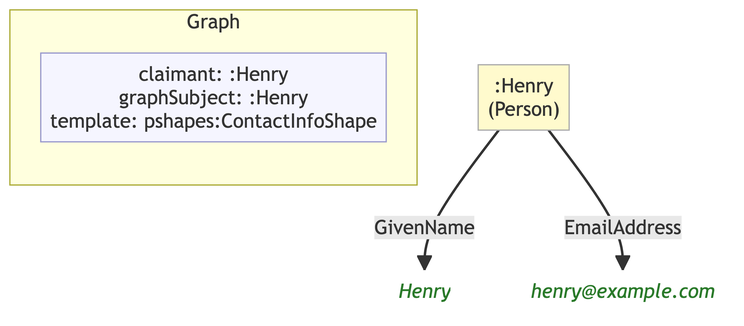
Before: example/graphs/images/graph-100.png, a diagram exported from Mermaid (MeeFoundation/mia-ontologies). Its source is kept beside it as example/graphs/images/graph-100.mmd. Source of this version:
```mermaid
flowchart TD
    classDef person fill:#fffacd,stroke:#aaa,color:#333
    classDef org    fill:#cce5ff,stroke:#aaa,color:#333
    classDef service fill:#e6e6e6,stroke:#aaa,color:#333
    classDef lit    fill:none,stroke:none,font-style:italic,color:#2a7a2a
    classDef meta   fill:#f5f5ff,stroke:#9999cc,color:#333

    subgraph ctx["Graph"]
        direction LR
        ctx_meta["claimant: :Henry\ngraphSubject: :Henry\ntemplate: pshapes:ContactInfoShape"]:::meta
    end

    n0ea289853318[":Henry\n(Person)"]:::person
    n66ac56e072cc("Henry"):::lit
    nc8123789342f("henry@example.com"):::lit

    n0ea289853318 -->|"GivenName"| n66ac56e072cc
    n0ea289853318 -->|"EmailAddress"| nc8123789342f
```
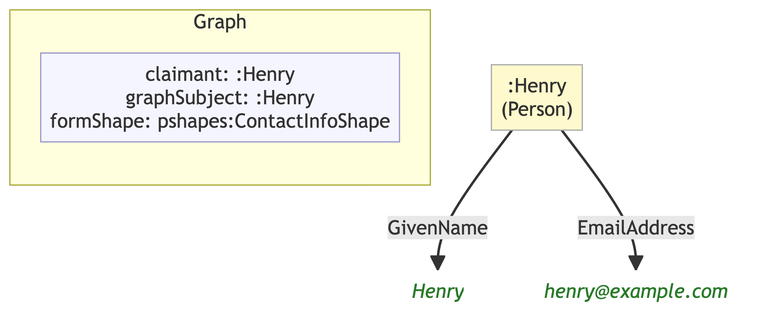
The same diagram one commit later.

Change to the diagram source:
```diff
@@ -7,12 +7,12 @@
 
     subgraph ctx["Graph"]
         direction LR
-        ctx_meta["claimant: :Henry\ngraphSubject: :Henry\ntemplate: pshapes:ContactInfoShape"]:::meta
+        ctx_meta["claimant: :Henry\ngraphSubject: :Henry\nformShape: pshapes:ContactInfoShape"]:::meta
     end
 
     n0ea289853318[":Henry\n(Person)"]:::person
-    n66ac56e072cc("Henry"):::lit
-    nc8123789342f("henry@example.com"):::lit
+    n233b311cedb9("Henry"):::lit
+    nb9a4a24db9ac("henry@example.com"):::lit
 
-    n0ea289853318 -->|"GivenName"| n66ac56e072cc
-    n0ea289853318 -->|"EmailAddress"| nc8123789342f
+    n0ea289853318 -->|"GivenName"| n233b311cedb9
+    n0ea289853318 -->|"EmailAddress"| nb9a4a24db9ac
```
